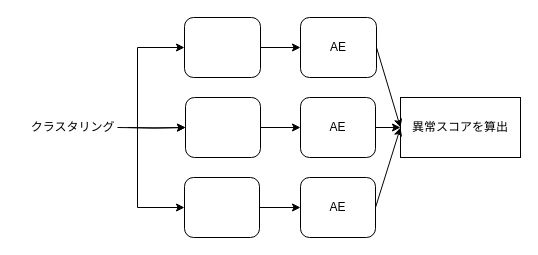
The draw.io diagram kitsune.drawio in Rwatana/Rwatana.github.io, before the edit. Source tidied: cells renumbered, new cells numbered last; positions are measured from the earlier drawing's top-left corner, leaving out a move shared by most shapes. Both pictures are drawn from the tidied source at 100%, with x=0, y=0 at pixel (17, 17).
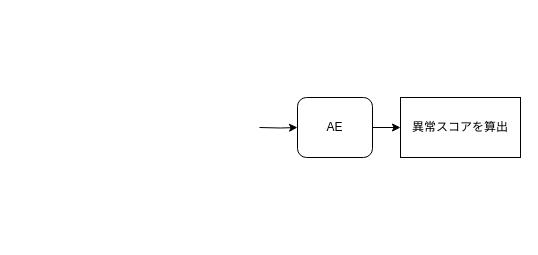
After the change.

Commit message:
kitsune.drawio を更新します

Unchanged cells that the change refers to:
```xml
<mxCell id="11" value="異常スコアを算出" style="rounded=0;whiteSpace=wrap;html=1;" parent="1" vertex="1">
  <mxGeometry x="383" y="80" width="120" height="60" as="geometry" />
</mxCell>
```

What changed in the source:
```diff
@@
-    <mxCell id="2" style="edgeStyle=orthogonalEdgeStyle;rounded=0;jettySize=auto;html=1;" parent="1" edge="1" source="3" target="8">
-      <mxGeometry relative="1" as="geometry" />
-    </mxCell>
-    <mxCell id="3" style="whiteSpace=wrap;html=1;rounded=1;" parent="1" vertex="1">
-      <mxGeometry x="167" width="76" height="60" as="geometry" />
-    </mxCell>
-    <mxCell id="4" style="edgeStyle=orthogonalEdgeStyle;rounded=0;jettySize=auto;html=1;" parent="1" edge="1" source="5" target="9">
-      <mxGeometry relative="1" as="geometry" />
-    </mxCell>
-    <mxCell id="5" style="whiteSpace=wrap;html=1;rounded=1;" parent="1" vertex="1">
-      <mxGeometry x="168" y="80" width="75" height="60" as="geometry" />
-    </mxCell>
-    <mxCell id="6" style="edgeStyle=orthogonalEdgeStyle;rounded=0;jettySize=auto;html=1;" parent="1" edge="1" source="7" target="10">
-      <mxGeometry relative="1" as="geometry" />
+    <mxCell id="6" style="edgeStyle=orthogonalEdgeStyle;rounded=0;jettySize=auto;html=1;" parent="1" edge="1" target="10">
+      <mxGeometry relative="1" as="geometry">
+        <mxPoint x="242" y="110" as="sourcePoint" />
+      </mxGeometry>
     </mxCell>
-    <mxCell id="7" style="whiteSpace=wrap;html=1;rounded=1;" parent="1" vertex="1">
-      <mxGeometry x="167" y="160" width="75" height="60" as="geometry" />
-    </mxCell>
-    <mxCell id="8" value="AE" style="whiteSpace=wrap;html=1;rounded=1;" parent="1" vertex="1">
-      <mxGeometry x="283" width="76" height="60" as="geometry" />
-    </mxCell>
-    <mxCell id="9" value="AE" style="whiteSpace=wrap;html=1;rounded=1;" parent="1" vertex="1">
-      <mxGeometry x="283" y="80" width="75" height="60" as="geometry" />
-    </mxCell>
     <mxCell id="10" value="AE" style="whiteSpace=wrap;html=1;rounded=1;" parent="1" vertex="1">
-      <mxGeometry x="283" y="160" width="75" height="60" as="geometry" />
+      <mxGeometry x="280" y="80" width="75" height="60" as="geometry" />
     </mxCell>
@@
-    <mxCell id="12" style="endArrow=classic;html=1;rounded=0;exitX=1;exitY=0.5;exitDx=0;exitDy=0;entryX=0;entryY=0.5;entryDx=0;entryDy=0;" parent="1" edge="1" source="8" target="11">
-      <mxGeometry relative="1" as="geometry" />
-    </mxCell>
-    <mxCell id="13" style="endArrow=classic;html=1;rounded=0;exitX=1;exitY=0.5;exitDx=0;exitDy=0;entryX=0;entryY=0.5;entryDx=0;entryDy=0;" parent="1" edge="1" source="9" target="11">
-      <mxGeometry relative="1" as="geometry" />
-    </mxCell>
@@
-    <mxCell id="15" style="edgeStyle=orthogonalEdgeStyle;rounded=0;jettySize=auto;html=1;" parent="1" edge="1" target="5">
-      <mxGeometry relative="1" as="geometry">
-        <mxPoint x="110" y="110" as="sourcePoint" />
-      </mxGeometry>
-    </mxCell>
-    <mxCell id="16" style="edgeStyle=orthogonalEdgeStyle;rounded=0;jettySize=auto;html=1;" parent="1" edge="1" target="5">
-      <mxGeometry relative="1" as="geometry">
-        <mxPoint x="100" y="110" as="sourcePoint" />
-      </mxGeometry>
-    </mxCell>
-    <mxCell id="17" value="クラスタリング" style="text;html=1;align=center;verticalAlign=middle;strokeColor=none;fillColor=none;" parent="1" vertex="1">
-      <mxGeometry y="95" width="110" height="30" as="geometry" />
-    </mxCell>
-    <mxCell id="18" style="endArrow=classic;html=1;rounded=0;entryX=0;entryY=0.5;entryDx=0;entryDy=0;" parent="1" edge="1" target="3">
-      <mxGeometry relative="1" as="geometry">
-        <mxPoint x="120" y="110" as="sourcePoint" />
-        <Array as="points">
-          <mxPoint x="120" y="30" />
-        </Array>
-      </mxGeometry>
-    </mxCell>
-    <mxCell id="19" style="endArrow=classic;html=1;rounded=0;" parent="1" edge="1">
-      <mxGeometry relative="1" as="geometry">
-        <mxPoint x="120" y="110" as="sourcePoint" />
-        <mxPoint x="167" y="190" as="targetPoint" />
-        <Array as="points">
-          <mxPoint x="120" y="190" />
-        </Array>
-      </mxGeometry>
-    </mxCell>
```
